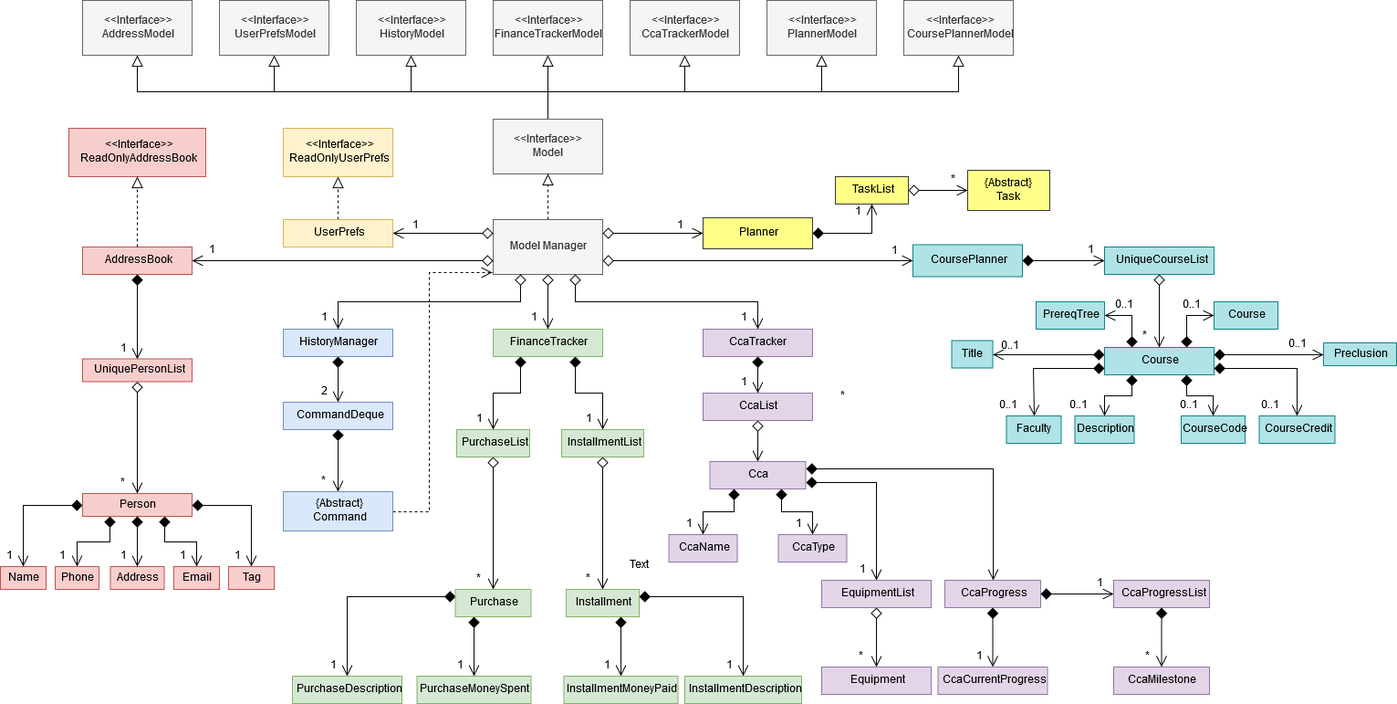
Before: docs/images/ModelDiagram.png, a diagram exported from draw.io (nus-cs2103-AY1920S1/addressbook-level3). Source tidied: cells renumbered, new cells last; positions are measured from the earlier drawing's top-left corner, leaving out a move shared by most shapes.
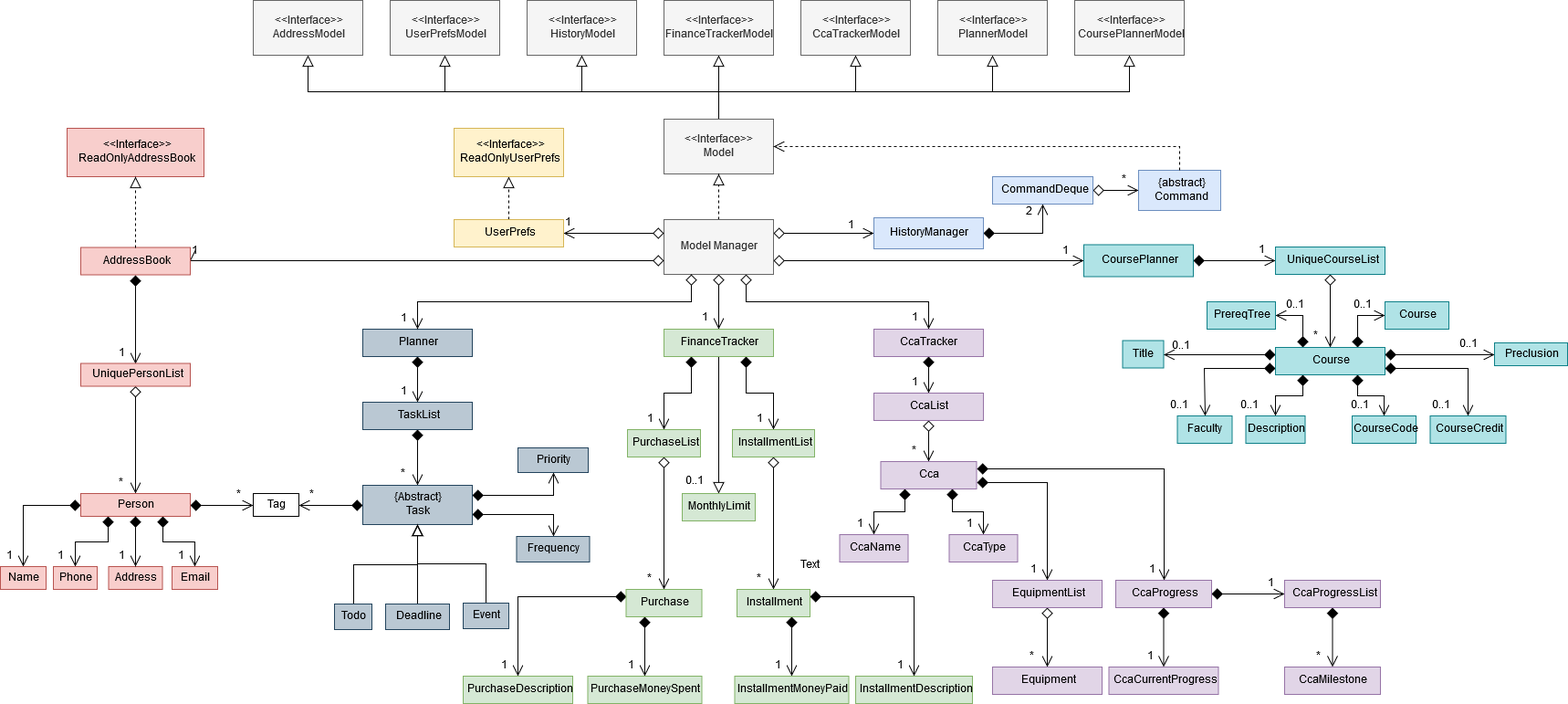
After the change.

The edit, as a diff of the source:
```diff
@@ -170,3 +170,3 @@
     </mxCell>
-    <mxCell id="45" value="Planner" style="rounded=0;whiteSpace=wrap;html=1;fillColor=#ffff88;strokeColor=#36393d;" parent="1" vertex="1">
+    <mxCell id="45" value="HistoryManager" style="rounded=0;whiteSpace=wrap;html=1;fillColor=#dae8fc;strokeColor=#6c8ebf;" parent="1" vertex="1">
       <mxGeometry x="770" y="238" width="120" height="34" as="geometry" />
@@ -176,6 +176,6 @@
     </mxCell>
-    <mxCell id="47" value="TaskList" style="rounded=0;whiteSpace=wrap;html=1;fillColor=#ffff88;strokeColor=#36393d;" parent="1" vertex="1">
-      <mxGeometry x="915" y="193" width="80" height="30" as="geometry" />
+    <mxCell id="47" value="CommandDeque" style="rounded=0;whiteSpace=wrap;html=1;fillColor=#dae8fc;strokeColor=#6c8ebf;" parent="1" vertex="1">
+      <mxGeometry x="900" y="193" width="110" height="30" as="geometry" />
     </mxCell>
-    <mxCell id="48" value="{Abstract}&lt;br&gt;&lt;div&gt;Task&lt;/div&gt;" style="rounded=0;whiteSpace=wrap;html=1;fillColor=#ffff88;strokeColor=#36393d;" parent="1" vertex="1">
+    <mxCell id="48" value="&lt;div&gt;{abstract}&lt;/div&gt;&lt;div&gt;Command&lt;br&gt;&lt;/div&gt;" style="rounded=0;whiteSpace=wrap;html=1;fillColor=#dae8fc;strokeColor=#6c8ebf;" parent="1" vertex="1">
       <mxGeometry x="1060" y="186" width="90" height="44" as="geometry" />
@@ -251,2 +251,5 @@
     </mxCell>
+    <mxCell id="163" style="edgeStyle=orthogonalEdgeStyle;rounded=0;jettySize=auto;html=1;startArrow=none;startFill=0;startSize=10;endArrow=block;endFill=0;endSize=10;" parent="1" edge="1" source="72" target="164">
+      <mxGeometry relative="1" as="geometry" />
+    </mxCell>
     <mxCell id="72" value="FinanceTracker" style="rounded=0;whiteSpace=wrap;html=1;fillColor=#d5e8d4;strokeColor=#82b366;" parent="1" vertex="1">
@@ -254,2 +257,5 @@
     </mxCell>
+    <mxCell id="164" value="MonthlyLimit" style="rounded=0;whiteSpace=wrap;html=1;fillColor=#d5e8d4;strokeColor=#82b366;" parent="1" vertex="1">
+      <mxGeometry x="560" y="540" width="80" height="30" as="geometry" />
+    </mxCell>
     <mxCell id="73" style="edgeStyle=orthogonalEdgeStyle;rounded=0;jettySize=auto;html=1;startArrow=diamond;startFill=0;startSize=10;endArrow=open;endFill=0;endSize=10;strokeWidth=1;" parent="1" edge="1" source="74" target="77">
@@ -260,3 +266,3 @@
     </mxCell>
-    <mxCell id="75" style="edgeStyle=orthogonalEdgeStyle;rounded=0;jettySize=auto;html=1;startArrow=diamond;startFill=1;startSize=10;endArrow=open;endFill=0;endSize=10;strokeWidth=1;exitX=0;exitY=0.25;exitDx=0;exitDy=0;" parent="1" edge="1" source="77" target="78">
+    <mxCell id="75" style="edgeStyle=orthogonalEdgeStyle;rounded=0;jettySize=auto;html=1;startArrow=diamond;startFill=1;startSize=10;endArrow=open;endFill=0;endSize=10;strokeWidth=1;exitX=0;exitY=0.25;exitDx=0;exitDy=0;shadow=0;" parent="1" edge="1" source="77" target="78">
       <mxGeometry relative="1" as="geometry" />
@@ -275,4 +281,4 @@
     </mxCell>
-    <mxCell id="80" value="HistoryManager" style="rounded=0;whiteSpace=wrap;html=1;fillColor=#dae8fc;strokeColor=#6c8ebf;" parent="1" vertex="1">
-      <mxGeometry x="310" y="360" width="120" height="30" as="geometry" />
+    <mxCell id="80" value="Planner" style="rounded=0;whiteSpace=wrap;html=1;fillColor=#bac8d3;strokeColor=#23445d;" parent="1" vertex="1">
+      <mxGeometry x="210" y="360" width="120" height="30" as="geometry" />
     </mxCell>
@@ -281,18 +287,29 @@
     </mxCell>
-    <mxCell id="82" value="CommandDeque" style="rounded=0;whiteSpace=wrap;html=1;fillColor=#dae8fc;strokeColor=#6c8ebf;" parent="1" vertex="1">
-      <mxGeometry x="310" y="440" width="120" height="30" as="geometry" />
+    <mxCell id="82" value="TaskList" style="rounded=0;whiteSpace=wrap;html=1;fillColor=#bac8d3;strokeColor=#23445d;" parent="1" vertex="1">
+      <mxGeometry x="210" y="440" width="120" height="30" as="geometry" />
     </mxCell>
-    <mxCell id="83" style="edgeStyle=orthogonalEdgeStyle;rounded=0;jettySize=auto;html=1;startArrow=none;startFill=0;startSize=10;endArrow=open;endFill=0;endSize=10;dashed=1;entryX=-0.008;entryY=0.967;entryDx=0;entryDy=0;entryPerimeter=0;" parent="1" edge="1" source="84" target="23">
-      <mxGeometry relative="1" as="geometry">
-        <Array as="points">
-          <mxPoint x="470" y="560" />
-          <mxPoint x="470" y="298" />
-        </Array>
-      </mxGeometry>
-    </mxCell>
+    <mxCell id="165" style="edgeStyle=orthogonalEdgeStyle;rounded=0;jettySize=auto;html=1;startArrow=diamond;startFill=1;startSize=10;endArrow=open;endFill=0;endSize=10;entryX=1;entryY=0.5;entryDx=0;entryDy=0;" parent="1" edge="1" source="84" target="96">
+      <mxGeometry relative="1" as="geometry" />
+    </mxCell>
+    <mxCell id="166" style="edgeStyle=orthogonalEdgeStyle;rounded=0;jettySize=auto;html=1;startArrow=diamond;startFill=1;startSize=10;endArrow=open;endFill=0;endSize=10;exitX=1;exitY=0.25;exitDx=0;exitDy=0;" parent="1" edge="1" source="84" target="169">
+      <mxGeometry relative="1" as="geometry" />
+    </mxCell>
+    <mxCell id="167" style="edgeStyle=orthogonalEdgeStyle;rounded=0;jettySize=auto;html=1;startArrow=diamond;startFill=1;startSize=10;endArrow=open;endFill=0;endSize=10;exitX=1;exitY=0.75;exitDx=0;exitDy=0;" parent="1" edge="1" source="84" target="168">
+      <mxGeometry relative="1" as="geometry" />
+    </mxCell>
-    <mxCell id="84" value="{Abstract}&lt;br&gt;&lt;div&gt;Command&lt;/div&gt;" style="rounded=0;whiteSpace=wrap;html=1;fillColor=#dae8fc;strokeColor=#6c8ebf;" parent="1" vertex="1">
-      <mxGeometry x="310" y="538" width="120" height="43" as="geometry" />
+    <mxCell id="84" value="&lt;div&gt;{Abstract}&lt;/div&gt;&lt;div&gt;Task&lt;/div&gt;" style="rounded=0;whiteSpace=wrap;html=1;fillColor=#bac8d3;strokeColor=#23445d;" parent="1" vertex="1">
+      <mxGeometry x="210" y="531" width="120" height="43" as="geometry" />
     </mxCell>
+    <mxCell id="168" value="Frequency" style="rounded=0;whiteSpace=wrap;html=1;fillColor=#bac8d3;strokeColor=#23445d;" parent="1" vertex="1">
+      <mxGeometry x="378.5" y="587" width="80" height="28" as="geometry" />
+    </mxCell>
+    <mxCell id="169" value="Priority" style="rounded=0;whiteSpace=wrap;html=1;fillColor=#bac8d3;strokeColor=#23445d;" parent="1" vertex="1">
+      <mxGeometry x="380" y="490" width="77" height="27" as="geometry" />
+    </mxCell>
-    <mxCell id="85" style="edgeStyle=orthogonalEdgeStyle;rounded=0;jettySize=auto;html=1;startSize=10;endArrow=diamond;endFill=0;endSize=10;strokeWidth=1;entryX=0;entryY=0.75;entryDx=0;entryDy=0;startArrow=open;startFill=0;" parent="1" edge="1" source="87" target="23">
-      <mxGeometry relative="1" as="geometry" />
+    <mxCell id="85" style="edgeStyle=orthogonalEdgeStyle;rounded=0;jettySize=auto;html=1;startSize=10;endArrow=diamond;endFill=0;endSize=10;strokeWidth=1;entryX=0;entryY=0.75;entryDx=0;entryDy=0;startArrow=open;startFill=0;exitX=1;exitY=0.5;exitDx=0;exitDy=0;" parent="1" edge="1" source="87" target="23">
+      <mxGeometry relative="1" as="geometry">
+        <Array as="points">
+          <mxPoint x="21" y="285" />
+        </Array>
+      </mxGeometry>
     </mxCell>
@@ -302,3 +319,3 @@
     <mxCell id="87" value="AddressBook" style="rounded=0;whiteSpace=wrap;html=1;fillColor=#f8cecc;strokeColor=#b85450;" parent="1" vertex="1">
-      <mxGeometry x="90" y="270" width="120" height="30" as="geometry" />
+      <mxGeometry x="-99" y="270.5" width="120" height="30" as="geometry" />
     </mxCell>
@@ -308,3 +325,3 @@
     <mxCell id="89" value="UniquePersonList" style="rounded=0;whiteSpace=wrap;html=1;fillColor=#f8cecc;strokeColor=#b85450;" parent="1" vertex="1">
-      <mxGeometry x="90" y="392.5" width="120" height="25" as="geometry" />
+      <mxGeometry x="-99" y="397.5" width="120" height="25" as="geometry" />
     </mxCell>
@@ -322,3 +339,3 @@
     </mxCell>
-    <mxCell id="94" style="edgeStyle=orthogonalEdgeStyle;rounded=0;jettySize=auto;html=1;startArrow=diamond;startFill=1;startSize=10;endArrow=open;endFill=0;endSize=10;strokeWidth=1;" parent="1" edge="1" source="95" target="96">
+    <mxCell id="94" style="edgeStyle=orthogonalEdgeStyle;rounded=0;jettySize=auto;html=1;startArrow=diamond;startFill=1;startSize=10;endArrow=open;endFill=0;endSize=10;strokeWidth=1;entryX=0;entryY=0.5;entryDx=0;entryDy=0;" parent="1" edge="1" source="95" target="96">
       <mxGeometry relative="1" as="geometry" />
@@ -326,21 +343,21 @@
     <mxCell id="95" value="Person" style="rounded=0;whiteSpace=wrap;html=1;fillColor=#f8cecc;strokeColor=#b85450;" parent="1" vertex="1">
-      <mxGeometry x="90" y="540" width="120" height="25" as="geometry" />
+      <mxGeometry x="-99" y="540" width="120" height="25" as="geometry" />
     </mxCell>
-    <mxCell id="96" value="Tag" style="rounded=0;whiteSpace=wrap;html=1;fillColor=#f8cecc;strokeColor=#b85450;" parent="1" vertex="1">
-      <mxGeometry x="250" y="620" width="50" height="25" as="geometry" />
+    <mxCell id="96" value="Tag" style="rounded=0;whiteSpace=wrap;html=1;" parent="1" vertex="1">
+      <mxGeometry x="90" y="540" width="50" height="25" as="geometry" />
     </mxCell>
     <mxCell id="97" value="Address" style="rounded=0;whiteSpace=wrap;html=1;fillColor=#f8cecc;strokeColor=#b85450;" parent="1" vertex="1">
-      <mxGeometry x="120.5" y="620" width="59" height="25" as="geometry" />
+      <mxGeometry x="-68.5" y="620" width="59" height="25" as="geometry" />
     </mxCell>
     <mxCell id="98" value="Email" style="rounded=0;whiteSpace=wrap;html=1;fillColor=#f8cecc;strokeColor=#b85450;" parent="1" vertex="1">
-      <mxGeometry x="190" y="620" width="50" height="25" as="geometry" />
+      <mxGeometry x="1" y="620" width="50" height="25" as="geometry" />
     </mxCell>
     <mxCell id="99" value="Name" style="rounded=0;whiteSpace=wrap;html=1;fillColor=#f8cecc;strokeColor=#b85450;" parent="1" vertex="1">
-      <mxGeometry y="620" width="50" height="25" as="geometry" />
+      <mxGeometry x="-187" y="620" width="50" height="25" as="geometry" />
     </mxCell>
     <mxCell id="100" value="Phone" style="rounded=0;whiteSpace=wrap;html=1;fillColor=#f8cecc;strokeColor=#b85450;" parent="1" vertex="1">
-      <mxGeometry x="60" y="620" width="48" height="25" as="geometry" />
+      <mxGeometry x="-129" y="620" width="48" height="25" as="geometry" />
     </mxCell>
     <mxCell id="101" value="&amp;lt;&amp;lt;Interface&amp;gt;&amp;gt;&lt;div&gt;ReadOnlyAddressBook&lt;/div&gt;" style="rounded=0;whiteSpace=wrap;html=1;fillColor=#f8cecc;strokeColor=#b85450;" parent="1" vertex="1">
-      <mxGeometry x="75" y="140" width="150" height="53" as="geometry" />
+      <mxGeometry x="-114" y="140" width="150" height="53" as="geometry" />
     </mxCell>
@@ -358,3 +375,3 @@
     </mxCell>
-    <mxCell id="106" style="edgeStyle=orthogonalEdgeStyle;rounded=0;jettySize=auto;html=1;dashed=1;startSize=10;endArrow=block;endFill=0;endSize=10;strokeWidth=1;exitX=0.5;exitY=0;exitDx=0;exitDy=0;entryX=0.5;entryY=1;entryDx=0;entryDy=0;" parent="1" edge="1" source="87" target="101">
+    <mxCell id="106" style="rounded=0;jettySize=auto;html=1;dashed=1;startSize=10;endArrow=block;endFill=0;endSize=10;strokeWidth=1;exitX=0.5;exitY=0;exitDx=0;exitDy=0;entryX=0.5;entryY=1;entryDx=0;entryDy=0;edgeStyle=orthogonalEdgeStyle;" parent="1" edge="1" source="87" target="101">
       <mxGeometry relative="1" as="geometry" />
@@ -389,9 +406,9 @@
     <mxCell id="116" value="1" style="text;html=1;align=left;verticalAlign=top;spacingTop=-4;" parent="1" vertex="1">
-      <mxGeometry x="227" y="265" width="20" height="20" as="geometry" />
+      <mxGeometry x="21" y="265.5" width="20" height="20" as="geometry" />
     </mxCell>
     <mxCell id="117" value="1" style="text;html=1;align=left;verticalAlign=top;spacingTop=-4;" parent="1" vertex="1">
-      <mxGeometry x="450" y="238" width="20" height="20" as="geometry" />
+      <mxGeometry x="430" y="235" width="20" height="20" as="geometry" />
     </mxCell>
     <mxCell id="118" value="1" style="text;html=1;align=left;verticalAlign=top;spacingTop=-4;" parent="1" vertex="1">
-      <mxGeometry x="350" y="339" width="20" height="20" as="geometry" />
+      <mxGeometry x="250" y="340" width="20" height="20" as="geometry" />
     </mxCell>
@@ -407,15 +424,15 @@
     <mxCell id="122" value="1" style="text;html=1;align=left;verticalAlign=top;spacingTop=-4;" parent="1" vertex="1">
-      <mxGeometry x="130" y="372.5" width="20" height="20" as="geometry" />
+      <mxGeometry x="-59" y="377.5" width="20" height="20" as="geometry" />
     </mxCell>
     <mxCell id="123" value="*" style="text;html=1;align=left;verticalAlign=top;spacingTop=-4;" parent="1" vertex="1">
-      <mxGeometry x="130" y="520" width="20" height="20" as="geometry" />
+      <mxGeometry x="-59" y="520" width="20" height="20" as="geometry" />
     </mxCell>
     <mxCell id="124" value="1" style="text;html=1;align=left;verticalAlign=top;spacingTop=-4;" parent="1" vertex="1">
-      <mxGeometry x="5" y="600" width="20" height="20" as="geometry" />
+      <mxGeometry x="-182" y="600" width="20" height="20" as="geometry" />
     </mxCell>
     <mxCell id="125" value="1" style="text;html=1;align=left;verticalAlign=top;spacingTop=-4;" parent="1" vertex="1">
-      <mxGeometry x="63" y="600" width="20" height="20" as="geometry" />
+      <mxGeometry x="-126" y="600" width="20" height="20" as="geometry" />
     </mxCell>
     <mxCell id="126" value="1" style="text;html=1;points=[];align=left;verticalAlign=top;spacingTop=-4;" parent="1" vertex="1">
-      <mxGeometry x="130" y="600" width="20" height="20" as="geometry" />
+      <mxGeometry x="-59" y="600" width="20" height="20" as="geometry" />
     </mxCell>
@@ -425,12 +442,12 @@
     <mxCell id="128" value="1" style="text;html=1;align=left;verticalAlign=top;spacingTop=-4;" parent="1" vertex="1">
-      <mxGeometry x="195" y="600" width="20" height="20" as="geometry" />
+      <mxGeometry x="6" y="600" width="20" height="20" as="geometry" />
     </mxCell>
-    <mxCell id="129" value="1" style="text;html=1;align=left;verticalAlign=top;spacingTop=-4;" parent="1" vertex="1">
-      <mxGeometry x="255" y="600" width="20" height="20" as="geometry" />
+    <mxCell id="129" value="*" style="text;html=1;align=left;verticalAlign=top;spacingTop=-4;" parent="1" vertex="1">
+      <mxGeometry x="70" y="532.5" width="20" height="20" as="geometry" />
     </mxCell>
-    <mxCell id="130" value="2" style="text;html=1;align=left;verticalAlign=top;spacingTop=-4;" parent="1" vertex="1">
-      <mxGeometry x="350" y="420" width="20" height="20" as="geometry" />
+    <mxCell id="130" value="1" style="text;html=1;align=left;verticalAlign=top;spacingTop=-4;" parent="1" vertex="1">
+      <mxGeometry x="250" y="420" width="20" height="20" as="geometry" />
     </mxCell>
     <mxCell id="131" value="*" style="text;html=1;align=left;verticalAlign=top;spacingTop=-4;" parent="1" vertex="1">
-      <mxGeometry x="350" y="517.5" width="20" height="20" as="geometry" />
+      <mxGeometry x="250" y="510" width="20" height="20" as="geometry" />
     </mxCell>
@@ -463,4 +480,4 @@
     </mxCell>
-    <mxCell id="141" value="*" style="text;html=1;align=left;verticalAlign=top;spacingTop=-4;" parent="1" vertex="1">
-      <mxGeometry x="919" y="425" width="20" height="20" as="geometry" />
+    <mxCell id="141" value="1" style="text;html=1;align=left;verticalAlign=top;spacingTop=-4;" parent="1" vertex="1">
+      <mxGeometry x="1070" y="615" width="20" height="20" as="geometry" />
     </mxCell>
@@ -499,3 +516,3 @@
     </mxCell>
-    <mxCell id="153" value="1" style="text;html=1;align=left;verticalAlign=top;spacingTop=-4;" parent="1" vertex="1">
+    <mxCell id="153" value="2" style="text;html=1;align=left;verticalAlign=top;spacingTop=-4;" parent="1" vertex="1">
       <mxGeometry x="935" y="223" width="20" height="20" as="geometry" />
@@ -529,2 +546,36 @@
     </mxCell>
+    <mxCell id="170" style="edgeStyle=orthogonalEdgeStyle;rounded=0;jettySize=auto;html=1;startArrow=none;startFill=0;startSize=10;endArrow=open;endFill=0;endSize=10;dashed=1;exitX=0.5;exitY=0;exitDx=0;exitDy=0;entryX=1;entryY=0.5;entryDx=0;entryDy=0;" parent="1" edge="1" source="48" target="9">
+      <mxGeometry relative="1" as="geometry">
+        <Array as="points">
+          <mxPoint x="1105" y="160" />
+        </Array>
+      </mxGeometry>
+    </mxCell>
+    <mxCell id="171" value="*" style="text;html=1;align=left;verticalAlign=top;spacingTop=-4;" parent="1" vertex="1">
+      <mxGeometry x="810" y="485" width="20" height="20" as="geometry" />
+    </mxCell>
+    <mxCell id="172" value="0..1" style="text;html=1;align=left;verticalAlign=top;spacingTop=-4;" parent="1" vertex="1">
+      <mxGeometry x="561.5" y="518" width="40" height="20" as="geometry" />
+    </mxCell>
+    <mxCell id="173" value="*" style="text;html=1;align=left;verticalAlign=top;spacingTop=-4;" parent="1" vertex="1">
+      <mxGeometry x="150" y="532.5" width="20" height="20" as="geometry" />
+    </mxCell>
+    <mxCell id="174" style="edgeStyle=orthogonalEdgeStyle;rounded=0;jettySize=auto;html=1;shadow=0;startArrow=none;startFill=0;startSize=10;endArrow=block;endFill=0;endSize=10;" parent="1" edge="1" source="175" target="84">
+      <mxGeometry relative="1" as="geometry" />
+    </mxCell>
+    <mxCell id="175" value="Event" style="rounded=0;whiteSpace=wrap;html=1;fillColor=#bac8d3;strokeColor=#23445d;" parent="1" vertex="1">
+      <mxGeometry x="320" y="660" width="50" height="28" as="geometry" />
+    </mxCell>
+    <mxCell id="176" style="edgeStyle=orthogonalEdgeStyle;rounded=0;jettySize=auto;html=1;shadow=0;startArrow=none;startFill=0;startSize=10;endArrow=block;endFill=0;endSize=10;entryX=0.5;entryY=1;entryDx=0;entryDy=0;" parent="1" edge="1" source="177" target="84">
+      <mxGeometry relative="1" as="geometry" />
+    </mxCell>
+    <mxCell id="177" value="Deadline" style="rounded=0;whiteSpace=wrap;html=1;fillColor=#bac8d3;strokeColor=#23445d;" parent="1" vertex="1">
+      <mxGeometry x="235" y="661" width="70" height="28" as="geometry" />
+    </mxCell>
+    <mxCell id="178" style="edgeStyle=orthogonalEdgeStyle;rounded=0;jettySize=auto;html=1;shadow=0;startArrow=none;startFill=0;startSize=10;endArrow=block;endFill=0;endSize=10;" parent="1" edge="1" source="179" target="84">
+      <mxGeometry relative="1" as="geometry" />
+    </mxCell>
+    <mxCell id="179" value="Todo" style="rounded=0;whiteSpace=wrap;html=1;fillColor=#bac8d3;strokeColor=#23445d;" parent="1" vertex="1">
+      <mxGeometry x="179" y="661" width="41" height="28" as="geometry" />
+    </mxCell>
   </root>
```
